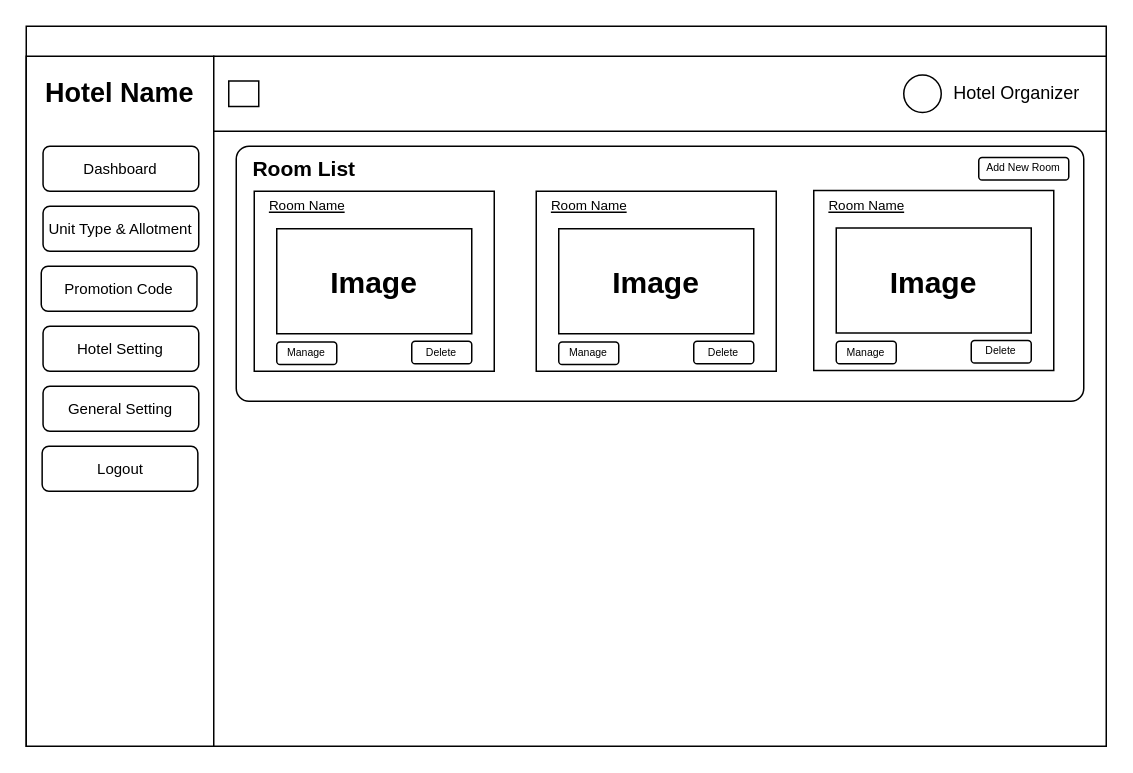
The draw.io diagram diagram/antarmuka/hotel-organizer/unit-type-and-allotment.drawio in Hans-Star18/ta-booking-system, before the edit. Source tidied: cells renumbered, new cells numbered last; positions are measured from the earlier drawing's top-left corner, leaving out a move shared by most shapes. Both pictures are drawn from the tidied source at 150%, with x=0, y=0 at pixel (26, 26).
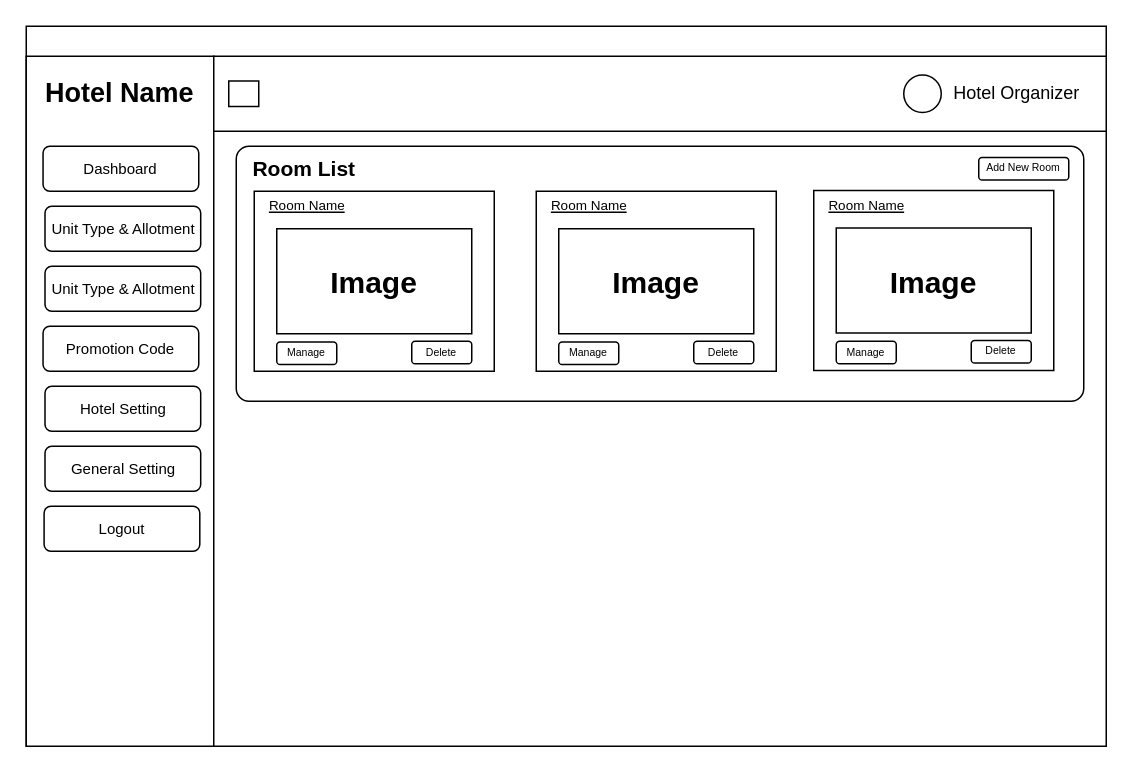
After the change.

The edit, as a diff of the source:
```diff
@@
     <mxCell id="11" value="&lt;font style=&quot;font-size: 10px;&quot;&gt;Unit Type &amp;amp; Allotment&lt;/font&gt;" style="rounded=1;whiteSpace=wrap;html=1;" parent="1" vertex="1">
-      <mxGeometry x="11.2" y="120" width="103.8" height="30" as="geometry" />
+      <mxGeometry x="12.5" y="160" width="103.8" height="30" as="geometry" />
     </mxCell>
     <mxCell id="12" value="&lt;font style=&quot;font-size: 10px;&quot;&gt;Promotion Code&lt;/font&gt;" style="rounded=1;whiteSpace=wrap;html=1;" parent="1" vertex="1">
-      <mxGeometry x="10" y="160" width="103.8" height="30" as="geometry" />
+      <mxGeometry x="11.2" y="200" width="103.8" height="30" as="geometry" />
     </mxCell>
     <mxCell id="13" value="&lt;font style=&quot;font-size: 10px;&quot;&gt;General Setting&lt;/font&gt;" style="rounded=1;whiteSpace=wrap;html=1;" parent="1" vertex="1">
-      <mxGeometry x="11.2" y="240" width="103.8" height="30" as="geometry" />
+      <mxGeometry x="12.5" y="280" width="103.8" height="30" as="geometry" />
     </mxCell>
     <mxCell id="14" value="&lt;font style=&quot;font-size: 10px;&quot;&gt;Hotel Setting&lt;/font&gt;" style="rounded=1;whiteSpace=wrap;html=1;" parent="1" vertex="1">
-      <mxGeometry x="11.2" y="200" width="103.8" height="30" as="geometry" />
+      <mxGeometry x="12.5" y="240" width="103.8" height="30" as="geometry" />
     </mxCell>
     <mxCell id="15" value="&lt;font style=&quot;font-size: 10px;&quot;&gt;Logout&lt;/font&gt;" style="rounded=1;whiteSpace=wrap;html=1;" parent="1" vertex="1">
-      <mxGeometry x="10.6" y="280" width="103.8" height="30" as="geometry" />
+      <mxGeometry x="11.9" y="320" width="103.8" height="30" as="geometry" />
     </mxCell>
@@
+    <mxCell id="34" value="&lt;font style=&quot;font-size: 10px;&quot;&gt;Unit Type &amp;amp; Allotment&lt;/font&gt;" style="rounded=1;whiteSpace=wrap;html=1;" parent="1" vertex="1">
+      <mxGeometry x="12.5" y="120" width="103.8" height="30" as="geometry" />
+    </mxCell>
```
